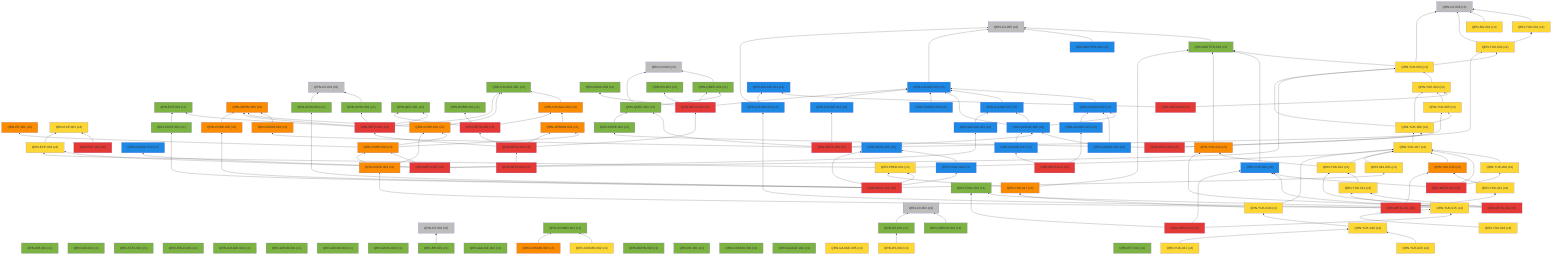
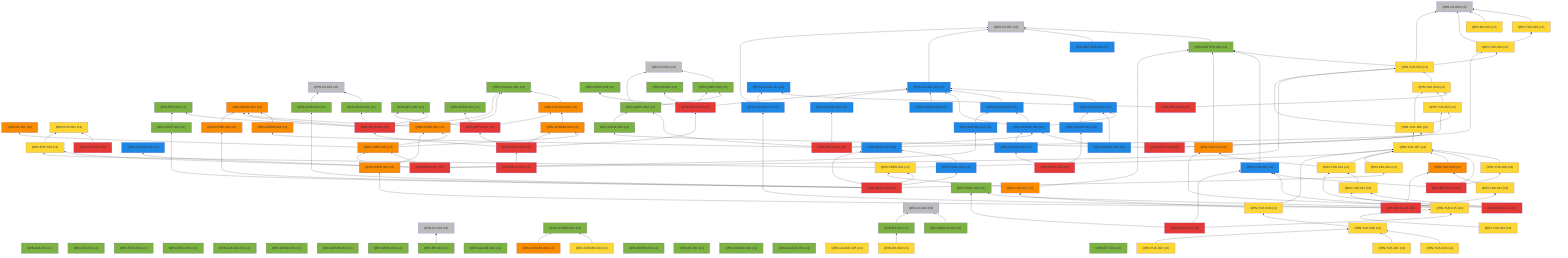
%% 自動生成 (dag/report.pl) — QRN 主張依存グラフ
graph BT
  QRN_C0_001["QRN-C0-001 (c0)"]:::c0
  QRN_C0_002["QRN-C0-002 (c0)"]:::c0
  QRN_C0_003["QRN-C0-003 (c0)"]:::c0
  QRN_C0_004["QRN-C0-004 (c0)"]:::c0
  QRN_C0_005["QRN-C0-005 (c0)"]:::c0
  QRN_C0_006["QRN-C0-006 (c0)"]:::c0
  QRN_QM_001["QRN-QM-001 (c1)"]:::c1
  QRN_GR_001["QRN-GR-001 (c1)"]:::c1
  QRN_STAT_001["QRN-STAT-001 (c1)"]:::c1
  QRN_FIELD_001["QRN-FIELD-001 (c1)"]:::c1
  QRN_GAUGE_001["QRN-GAUGE-001 (c1)"]:::c1
  QRN_ENT_001["QRN-ENT-001 (c1)"]:::c1
  QRN_GEOM_001["QRN-GEOM-001 (c1)"]:::c1
  QRN_GEOM_002["QRN-GEOM-002 (c1)"]:::c1
  QRN_GEOM_003["QRN-GEOM-003 (c3)"]:::c3
  QRN_GRAV_001["QRN-GRAV-001 (c1)"]:::c1
  QRN_GRAV_002["QRN-GRAV-002 (c1)"]:::c1
  QRN_BH_001["QRN-BH-001 (c1)"]:::c1
  QRN_CAUSAL_001["QRN-CAUSAL-001 (c1)"]:::c1
  QRN_CAUSAL_002["QRN-CAUSAL-002 (c3)"]:::c3
  QRN_ER_001["QRN-ER-001 (c3)"]:::c3
  QRN_QEC_001["QRN-QEC-001 (c1)"]:::c1
  QRN_GAUGE_002["QRN-GAUGE-002 (c1)"]:::c1
  QRN_COSMO_001["QRN-COSMO-001 (c1)"]:::c1
  QRN_COSMO_002["QRN-COSMO-002 (c4)"]:::c4
  QRN_COSMO_003["QRN-COSMO-003 (c3)"]:::c3
  QRN_BORN_001["QRN-BORN-001 (c1)"]:::c1
  QRN_BORN_002["QRN-BORN-002 (c1)"]:::c1
  QRN_GRAV_003["QRN-GRAV-003 (c1)"]:::c1
  QRN_KK_001["QRN-KK-001 (c1)"]:::c1
  QRN_MATTER_001["QRN-MATTER-001 (c1)"]:::c1
  QRN_MATTER_002["QRN-MATTER-002 (c2)"]:::c2
  QRN_COSMO_004["QRN-COSMO-004 (c1)"]:::c1
  QRN_EXP_001["QRN-EXP-001 (c4)"]:::c4
  QRN_GAUGE_003["QRN-GAUGE-003 (c2)"]:::c2
  QRN_GAUGE_004["QRN-GAUGE-004 (c1)"]:::c1
  QRN_GAUGE_005["QRN-GAUGE-005 (c4)"]:::c4
  QRN_YUK_001["QRN-YUK-001 (c4)"]:::c4
  QRN_RG_001["QRN-RG-001 (c1)"]:::c1
  QRN_UNRUH_001["QRN-UNRUH-001 (c1)"]:::c1
  QRN_QNEC_001["QRN-QNEC-001 (c1)"]:::c1
  QRN_NU_001["QRN-NU-001 (c4)"]:::c4
  QRN_GAUGE_006["QRN-GAUGE-006 (c2)"]:::c2
  QRN_DS_001["QRN-DS-001 (c1)"]:::c1
  QRN_DS_002["QRN-DS-002 (c4)"]:::c4
  QRN_ARROW_001["QRN-ARROW-001 (c3)"]:::c3
  QRN_GAUGE_007["QRN-GAUGE-007 (c2)"]:::c2
  QRN_EFT_001["QRN-EFT-001 (c1)"]:::c1
  QRN_GAUGE_008["QRN-GAUGE-008 (c2)"]:::c2
  QRN_GAUGE_009["QRN-GAUGE-009 (c2)"]:::c2
  QRN_GAUGE_010["QRN-GAUGE-010 (c2)"]:::c2
  QRN_QNEC_002["QRN-QNEC-002 (c1)"]:::c1
  QRN_GEOM_004["QRN-GEOM-004 (c3)"]:::c3
  QRN_YUK_002["QRN-YUK-002 (c4)"]:::c4
  QRN_EXP_002["QRN-EXP-002 (c5)"]:::c5
  QRN_CORE_001["QRN-CORE-001 (c3)"]:::c3
  QRN_GAUGE_011["QRN-GAUGE-011 (c2)"]:::c2
  QRN_GAUGE_012["QRN-GAUGE-012 (c2)"]:::c2
  QRN_YUK_003["QRN-YUK-003 (c4)"]:::c4
  QRN_EXP_003["QRN-EXP-003 (c4)"]:::c4
  QRN_CORE_002["QRN-CORE-002 (c3)"]:::c3
  QRN_GAUGE_013["QRN-GAUGE-013 (c2)"]:::c2
  QRN_YUK_004["QRN-YUK-004 (c4)"]:::c4
  QRN_GAUGE_014["QRN-GAUGE-014 (c2)"]:::c2
  QRN_META_001["QRN-META-001 (c5)"]:::c5
  QRN_META_002["QRN-META-002 (c5)"]:::c5
  QRN_META_003["QRN-META-003 (c5)"]:::c5
  QRN_META_004["QRN-META-004 (c5)"]:::c5
  QRN_META_005["QRN-META-005 (c5)"]:::c5
  QRN_META_006["QRN-META-006 (c5)"]:::c5
  QRN_META_007["QRN-META-007 (c5)"]:::c5
  QRN_META_008["QRN-META-008 (c5)"]:::c5
  QRN_YUK_005["QRN-YUK-005 (c4)"]:::c4
  QRN_YUK_006["QRN-YUK-006 (c4)"]:::c4
  QRN_CORE_003["QRN-CORE-003 (c1)"]:::c1
  QRN_META_009["QRN-META-009 (c5)"]:::c5
  QRN_YUK_007["QRN-YUK-007 (c4)"]:::c4
  QRN_YUK_008["QRN-YUK-008 (c4)"]:::c4
  QRN_YUK_009["QRN-YUK-009 (c2)"]:::c2
  QRN_META_010["QRN-META-010 (c5)"]:::c5
  QRN_GAUGE_015["QRN-GAUGE-015 (c2)"]:::c2
  QRN_YUK_010["QRN-YUK-010 (c3)"]:::c3
  QRN_YUK_011["QRN-YUK-011 (c4)"]:::c4
  QRN_CORE_004["QRN-CORE-004 (c3)"]:::c3
  QRN_META_011["QRN-META-011 (c5)"]:::c5
  QRN_YUK_012["QRN-YUK-012 (c3)"]:::c3
  QRN_YUK_013["QRN-YUK-013 (c4)"]:::c4
  QRN_YUK_014["QRN-YUK-014 (c4)"]:::c4
  QRN_META_012["QRN-META-012 (c5)"]:::c5
  QRN_TOOL_001["QRN-TOOL-001 (c1)"]:::c1
  QRN_YUK_015["QRN-YUK-015 (c4)"]:::c4
  QRN_META_013["QRN-META-013 (c5)"]:::c5
  QRN_GAUGE_016["QRN-GAUGE-016 (c2)"]:::c2
  QRN_GAUGE_017["QRN-GAUGE-017 (c2)"]:::c2
  QRN_META_014["QRN-META-014 (c5)"]:::c5
  QRN_META_015["QRN-META-015 (c2)"]:::c2
  QRN_TOOL_002["QRN-TOOL-002 (c2)"]:::c2
  QRN_CORE_005["QRN-CORE-005 (c3)"]:::c3
  QRN_CONT_001["QRN-CONT-001 (c1)"]:::c1
  QRN_SEL_001["QRN-SEL-001 (c4)"]:::c4
  QRN_GRAV_004["QRN-GRAV-004 (c1)"]:::c1
  QRN_PRED_001["QRN-PRED-001 (c4)"]:::c4
  QRN_META_016["QRN-META-016 (c5)"]:::c5
  QRN_YUK_016["QRN-YUK-016 (c4)"]:::c4
  QRN_YUK_017["QRN-YUK-017 (c3)"]:::c3
  QRN_YUK_018["QRN-YUK-018 (c4)"]:::c4
  QRN_YUK_019["QRN-YUK-019 (c4)"]:::c4
  QRN_YUK_020["QRN-YUK-020 (c4)"]:::c4
  QRN_YUK_021["QRN-YUK-021 (c4)"]:::c4
+   QRN_YUK_022["QRN-YUK-022 (c4)"]:::c4
  QRN_GRAV_001 --> QRN_C0_001
  QRN_BH_001 --> QRN_C0_003
  QRN_CAUSAL_002 --> QRN_CAUSAL_001
  QRN_COSMO_002 --> QRN_COSMO_001
  QRN_COSMO_003 --> QRN_COSMO_001
  QRN_MATTER_001 --> QRN_C0_005
  QRN_MATTER_002 --> QRN_C0_005
  QRN_GAUGE_003 --> QRN_C0_005
  QRN_YUK_001 --> QRN_C0_006
  QRN_UNRUH_001 --> QRN_C0_004
  QRN_QNEC_001 --> QRN_C0_002
  QRN_NU_001 --> QRN_C0_006
  QRN_GAUGE_006 --> QRN_GAUGE_003
  QRN_DS_001 --> QRN_C0_004
  QRN_DS_002 --> QRN_DS_001
  QRN_ARROW_001 --> QRN_CAUSAL_002
  QRN_GAUGE_007 --> QRN_GAUGE_003
  QRN_GAUGE_008 --> QRN_GAUGE_003
  QRN_GAUGE_008 --> QRN_GAUGE_006
  QRN_GAUGE_008 --> QRN_GAUGE_007
  QRN_GAUGE_009 --> QRN_GAUGE_003
  QRN_GAUGE_010 --> QRN_GAUGE_006
  QRN_GAUGE_010 --> QRN_GAUGE_008
  QRN_QNEC_002 --> QRN_C0_002
  QRN_QNEC_002 --> QRN_QNEC_001
  QRN_GEOM_004 --> QRN_GEOM_003
  QRN_YUK_002 --> QRN_C0_006
  QRN_YUK_002 --> QRN_YUK_001
  QRN_EXP_002 --> QRN_EXP_001
  QRN_CORE_001 --> QRN_GEOM_003
  QRN_CORE_001 --> QRN_CAUSAL_001
  QRN_GAUGE_011 --> QRN_GAUGE_003
  QRN_YUK_003 --> QRN_C0_006
  QRN_YUK_003 --> QRN_MATTER_001
  QRN_YUK_003 --> QRN_YUK_002
  QRN_EXP_003 --> QRN_EXP_001
  QRN_CORE_002 --> QRN_CORE_001
  QRN_CORE_002 --> QRN_ER_001
  QRN_CORE_002 --> QRN_ARROW_001
  QRN_GAUGE_013 --> QRN_GAUGE_007
  QRN_YUK_004 --> QRN_YUK_003
  QRN_META_001 --> QRN_GEOM_003
  QRN_META_001 --> QRN_GRAV_001
  QRN_META_001 --> QRN_CAUSAL_001
  QRN_META_001 --> QRN_QEC_001
  QRN_META_001 --> QRN_ENT_001
  QRN_META_002 --> QRN_QEC_001
  QRN_META_002 --> QRN_BORN_001
  QRN_META_002 --> QRN_CAUSAL_002
  QRN_META_003 --> QRN_GAUGE_003
  QRN_META_003 --> QRN_RG_001
  QRN_META_003 --> QRN_QNEC_001
  QRN_META_003 --> QRN_GRAV_003
  QRN_META_004 --> QRN_META_001
  QRN_META_004 --> QRN_META_002
  QRN_META_004 --> QRN_META_003
  QRN_META_004 --> QRN_ARROW_001
  QRN_META_005 --> QRN_META_004
  QRN_META_006 --> QRN_GAUGE_008
  QRN_META_006 --> QRN_QNEC_002
  QRN_META_006 --> QRN_GEOM_004
  QRN_META_006 --> QRN_YUK_002
  QRN_META_006 --> QRN_GAUGE_011
  QRN_META_007 --> QRN_GAUGE_012
  QRN_META_007 --> QRN_YUK_003
  QRN_META_007 --> QRN_EXP_003
  QRN_META_007 --> QRN_CORE_002
  QRN_META_007 --> QRN_GAUGE_013
  QRN_META_008 --> QRN_YUK_004
  QRN_META_008 --> QRN_GAUGE_014
  QRN_YUK_005 --> QRN_YUK_004
  QRN_YUK_006 --> QRN_YUK_003
  QRN_YUK_006 --> QRN_YUK_004
  QRN_YUK_006 --> QRN_YUK_005
  QRN_CORE_003 --> QRN_QNEC_002
  QRN_META_009 --> QRN_YUK_005
  QRN_META_009 --> QRN_YUK_006
  QRN_META_009 --> QRN_CORE_003
  QRN_YUK_007 --> QRN_YUK_006
  QRN_YUK_008 --> QRN_YUK_007
  QRN_YUK_009 --> QRN_MATTER_001
  QRN_META_010 --> QRN_YUK_007
  QRN_META_010 --> QRN_YUK_008
  QRN_META_010 --> QRN_YUK_009
  QRN_GAUGE_015 --> QRN_C0_005
  QRN_GAUGE_015 --> QRN_GAUGE_014
  QRN_YUK_010 --> QRN_YUK_007
  QRN_YUK_011 --> QRN_YUK_010
  QRN_CORE_004 --> QRN_CORE_001
  QRN_CORE_004 --> QRN_CORE_002
  QRN_META_011 --> QRN_GAUGE_015
  QRN_META_011 --> QRN_YUK_010
  QRN_META_011 --> QRN_YUK_011
  QRN_META_011 --> QRN_CORE_004
  QRN_YUK_012 --> QRN_MATTER_001
  QRN_YUK_013 --> QRN_YUK_012
  QRN_YUK_013 --> QRN_YUK_007
  QRN_YUK_014 --> QRN_YUK_013
  QRN_META_012 --> QRN_YUK_012
  QRN_META_012 --> QRN_YUK_013
  QRN_META_012 --> QRN_YUK_014
  QRN_YUK_015 --> QRN_YUK_014
  QRN_YUK_015 --> QRN_TOOL_001
  QRN_YUK_015 --> QRN_YUK_009
  QRN_META_013 --> QRN_YUK_015
  QRN_META_013 --> QRN_TOOL_001
  QRN_META_013 --> QRN_YUK_009
  QRN_GAUGE_016 --> QRN_GAUGE_006
  QRN_GAUGE_017 --> QRN_GAUGE_008
  QRN_META_014 --> QRN_GAUGE_016
  QRN_META_014 --> QRN_GAUGE_017
  QRN_TOOL_002 --> QRN_META_015
  QRN_CORE_005 --> QRN_GEOM_003
  QRN_CONT_001 --> QRN_ENT_001
  QRN_SEL_001 --> QRN_YUK_007
  QRN_GRAV_004 --> QRN_C0_001
  QRN_PRED_001 --> QRN_YUK_007
  QRN_PRED_001 --> QRN_EXP_003
  QRN_META_016 --> QRN_META_015
  QRN_META_016 --> QRN_TOOL_002
  QRN_META_016 --> QRN_CORE_005
  QRN_META_016 --> QRN_CONT_001
  QRN_META_016 --> QRN_SEL_001
  QRN_META_016 --> QRN_GRAV_004
  QRN_META_016 --> QRN_PRED_001
  QRN_YUK_016 --> QRN_YUK_015
  QRN_YUK_017 --> QRN_MATTER_001
  QRN_YUK_017 --> QRN_PRED_001
  QRN_YUK_018 --> QRN_YUK_017
  QRN_YUK_018 --> QRN_YUK_007
  QRN_YUK_019 --> QRN_YUK_018
  QRN_YUK_020 --> QRN_YUK_019
  QRN_YUK_021 --> QRN_YUK_019
+   QRN_YUK_022 --> QRN_YUK_019
  classDef c0 fill:#bdbdbd
  classDef c1 fill:#7cb342
  classDef c2 fill:#1e88e5
  classDef c3 fill:#fb8c00
  classDef c4 fill:#fdd835
  classDef c5 fill:#e53935
